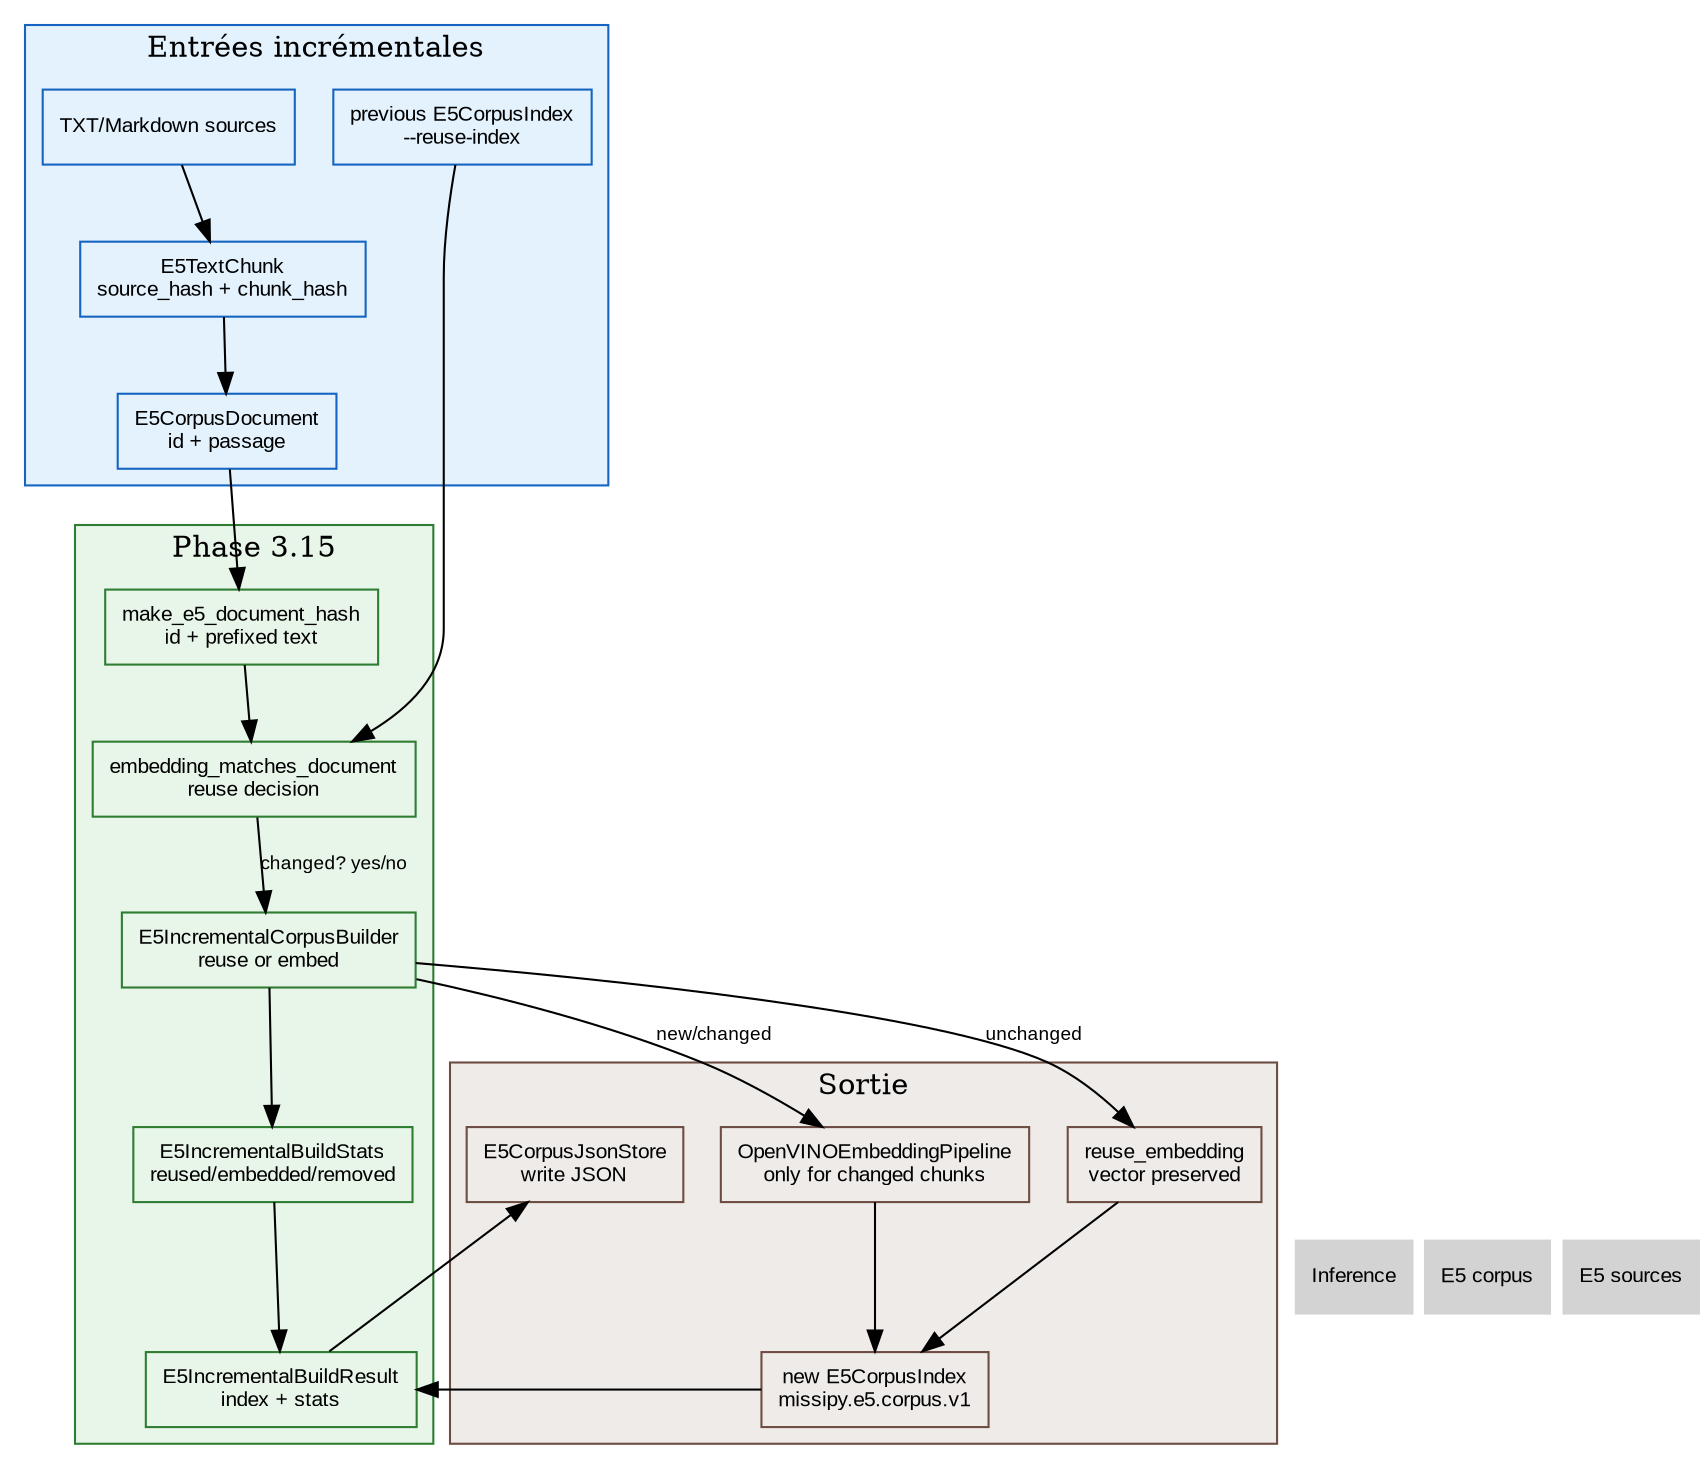
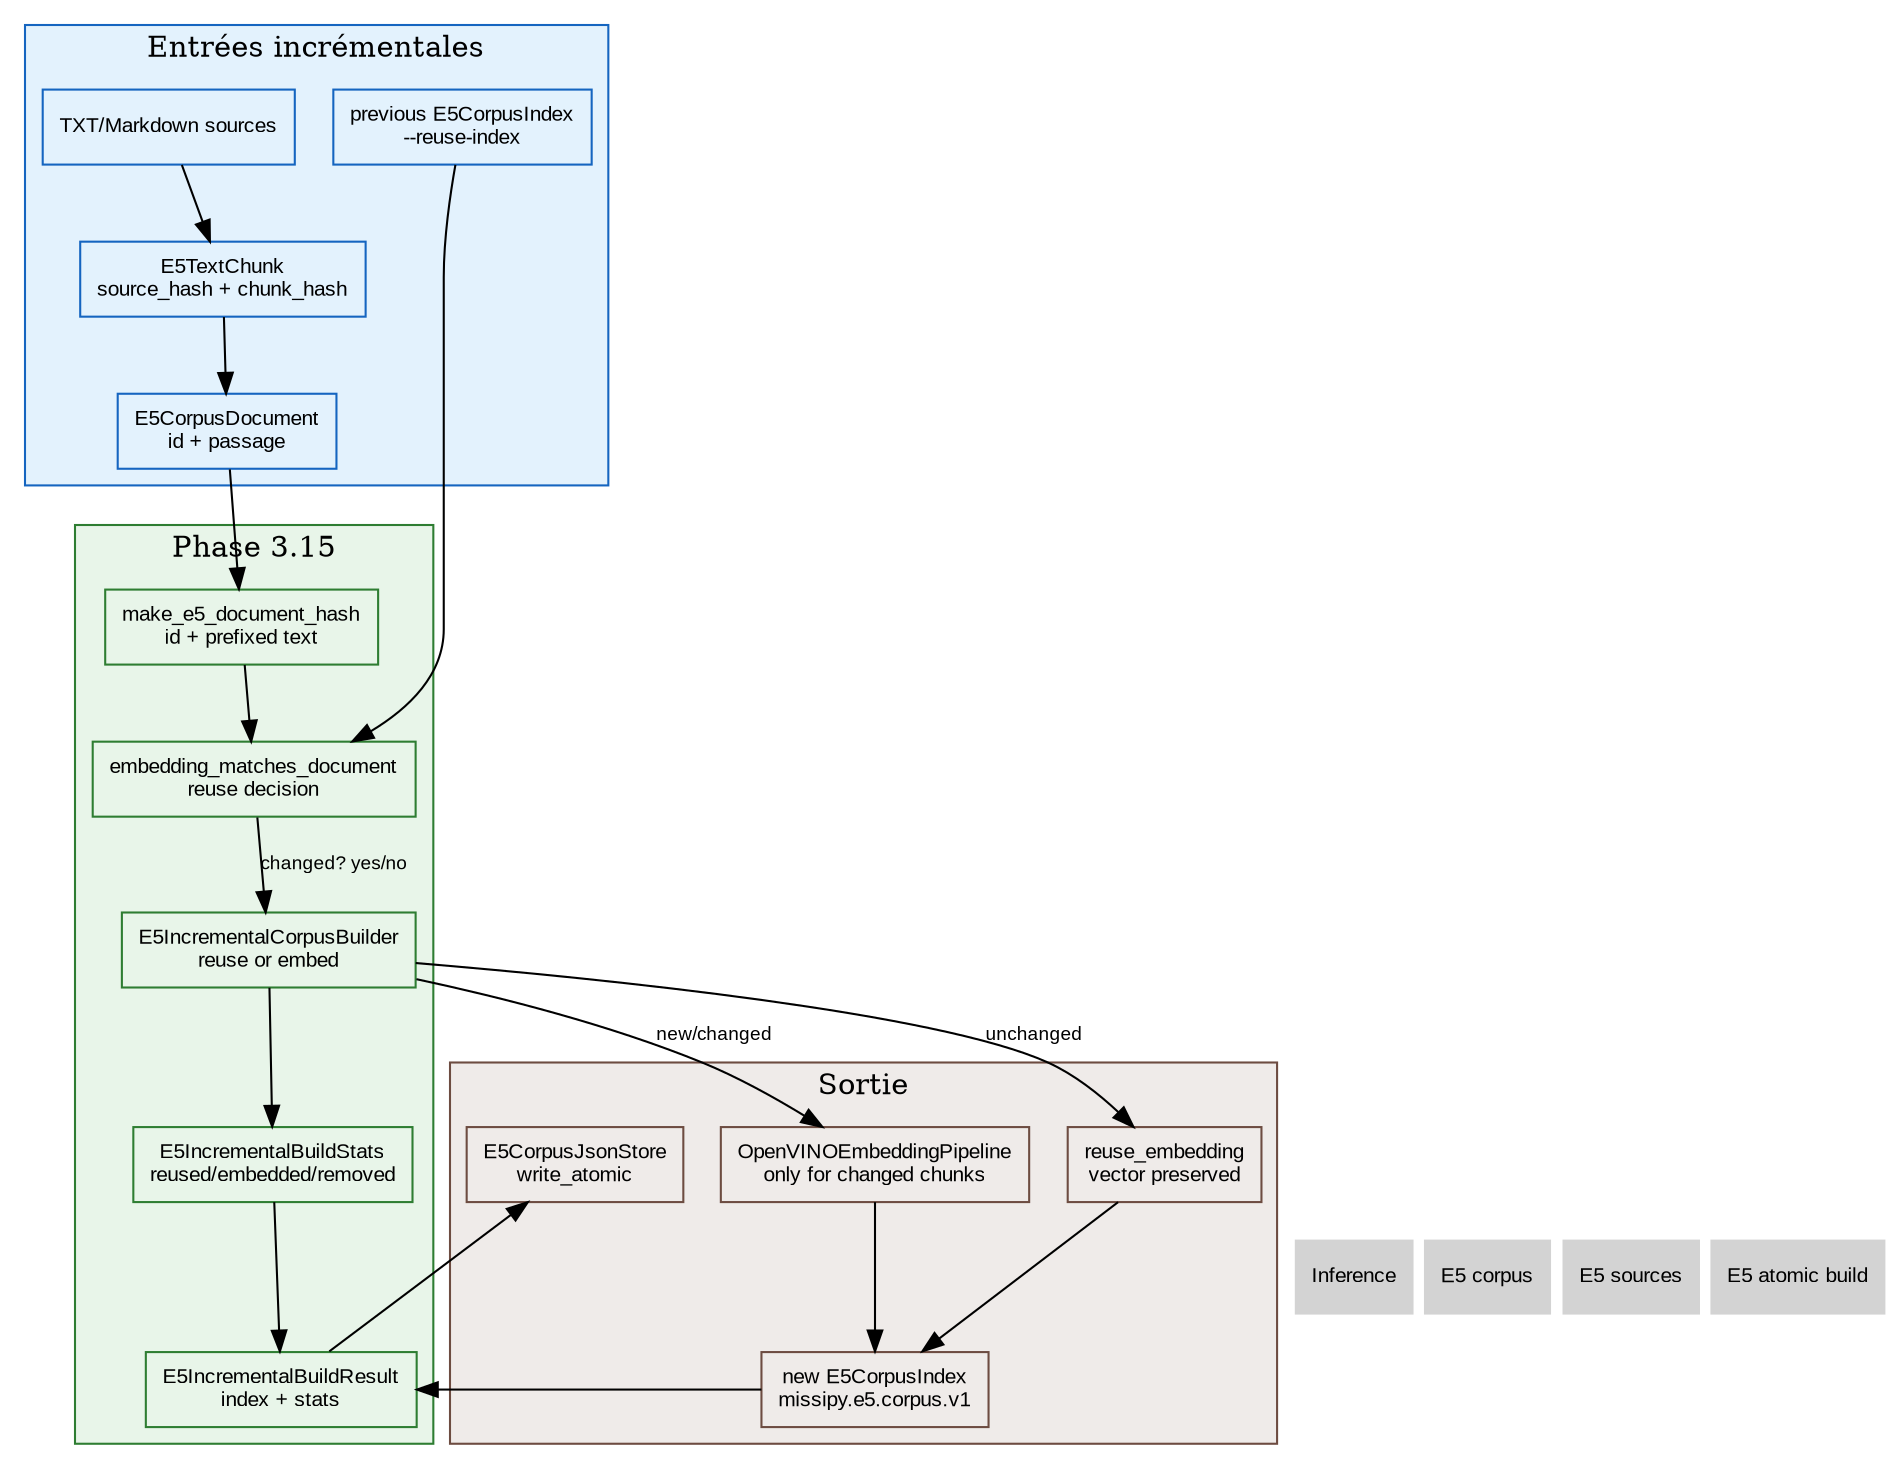
digraph E5IncrementalCorpus {
    // ROADMAP_ID: inference.e5_incremental
    // ROADMAP_PARENT: inference/50_e5_corpus.dot
    // ROADMAP_NOTE[phase3_15]:
    // Le corpus local peut maintenant être reconstruit par hash stable. Les
    // chunks inchangés réutilisent leur embedding, seuls les chunks nouveaux
    // ou modifiés repassent dans OpenVINO. Cette étape prépare les futurs
    // upsert/delete Qdrant sans introduire Qdrant dans le prototype local.

    rankdir=TB;
    node [shape=box, style=filled, fontname="Arial", fontsize=10];
    edge [fontname="Arial", fontsize=9];

    subgraph cluster_inputs {
        label="Entrées incrémentales";
        color="#1565c0";
        bgcolor="#e3f2fd";
        node [fillcolor="#e3f2fd", color="#1565c0"];
        Sources [label="TXT/Markdown sources", URL="51_e5_sources.svg"];
        Chunks [label="E5TextChunk\nsource_hash + chunk_hash", URL="51_e5_sources.svg"];
        Documents [label="E5CorpusDocument\nid + passage", URL="50_e5_corpus.svg"];
        PreviousIndex [label="previous E5CorpusIndex\n--reuse-index", URL="50_e5_corpus.svg"];
    }

    subgraph cluster_incremental {
        label="Phase 3.15";
        color="#2e7d32";
        bgcolor="#e8f5e9";
        node [fillcolor="#e8f5e9", color="#2e7d32"];
        DocumentHash [label="make_e5_document_hash\nid + prefixed text"];
        Matcher [label="embedding_matches_document\nreuse decision"];
        Builder [label="E5IncrementalCorpusBuilder\nreuse or embed"];
        Stats [label="E5IncrementalBuildStats\nreused/embedded/removed"];
        Result [label="E5IncrementalBuildResult\nindex + stats"];
    }

    subgraph cluster_outputs {
        label="Sortie";
        color="#6d4c41";
        bgcolor="#efebe9";
        node [fillcolor="#efebe9", color="#6d4c41"];
        Pipeline [label="OpenVINOEmbeddingPipeline\nonly for changed chunks", URL="47_openvino_embedding_pipeline.svg"];
        ReusedEmbedding [label="reuse_embedding\nvector preserved"];
        NewIndex [label="new E5CorpusIndex\nmissipy.e5.corpus.v1", URL="50_e5_corpus.svg"];
-         Store [label="E5CorpusJsonStore\nwrite JSON", URL="50_e5_corpus.svg"];
+         Store [label="E5CorpusJsonStore\nwrite_atomic", URL="54_e5_atomic_build.svg"];
    }

    Sources -> Chunks;
    Chunks -> Documents;
    Documents -> DocumentHash;
    PreviousIndex -> Matcher;
    DocumentHash -> Matcher;
    Matcher -> Builder [label="changed? yes/no"];
    Builder -> ReusedEmbedding [label="unchanged"];
    Builder -> Pipeline [label="new/changed"];
    Pipeline -> NewIndex;
    ReusedEmbedding -> NewIndex;
    Builder -> Stats;
    NewIndex -> Result;
    Stats -> Result;
    Result -> Store;

    Nav_Inference [label="Inference", shape=plaintext, URL="40_inference.svg"];
    Nav_Corpus [label="E5 corpus", shape=plaintext, URL="50_e5_corpus.svg"];
    Nav_Sources [label="E5 sources", shape=plaintext, URL="51_e5_sources.svg"];
+     Nav_Atomic [label="E5 atomic build", shape=plaintext, URL="54_e5_atomic_build.svg"];

-     { rank=sink; Nav_Inference; Nav_Corpus; Nav_Sources; }
+     { rank=sink; Nav_Inference; Nav_Corpus; Nav_Sources; Nav_Atomic; }
}
